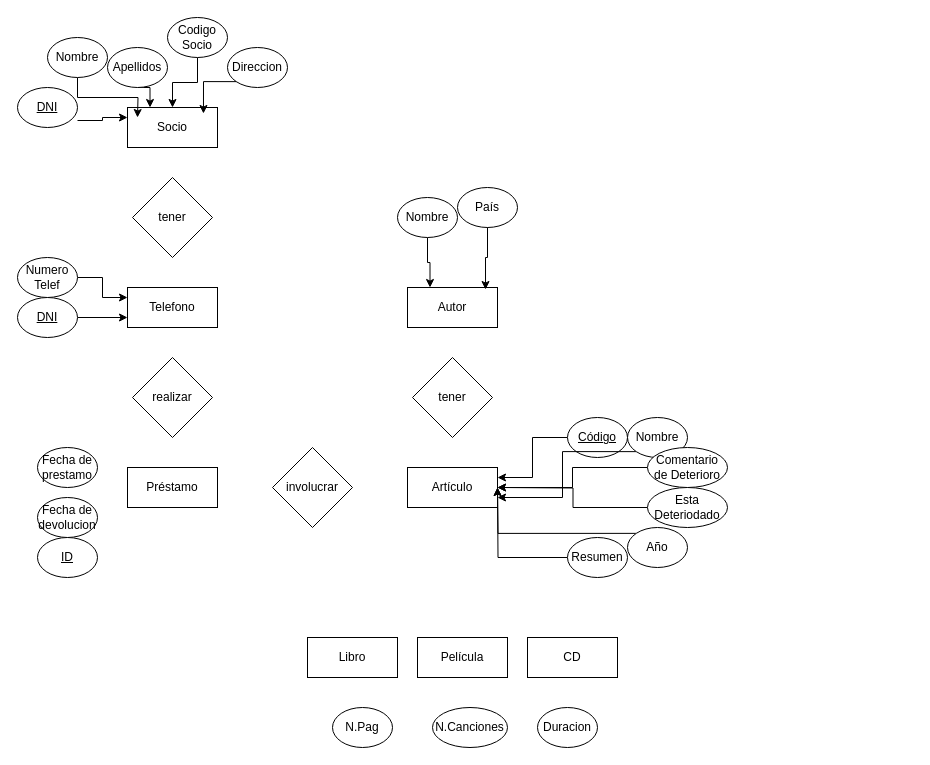
adriii28/amr-tsys-C3U12-11102023 keeps this draw.io diagram as ej6.drawio. Above is the earlier version. Source tidied: cells renumbered, new cells numbered last; positions are measured from the earlier drawing's top-left corner, leaving out a move shared by most shapes. Both pictures are drawn from the tidied source at 100%, with x=0, y=0 at pixel (17, 17).
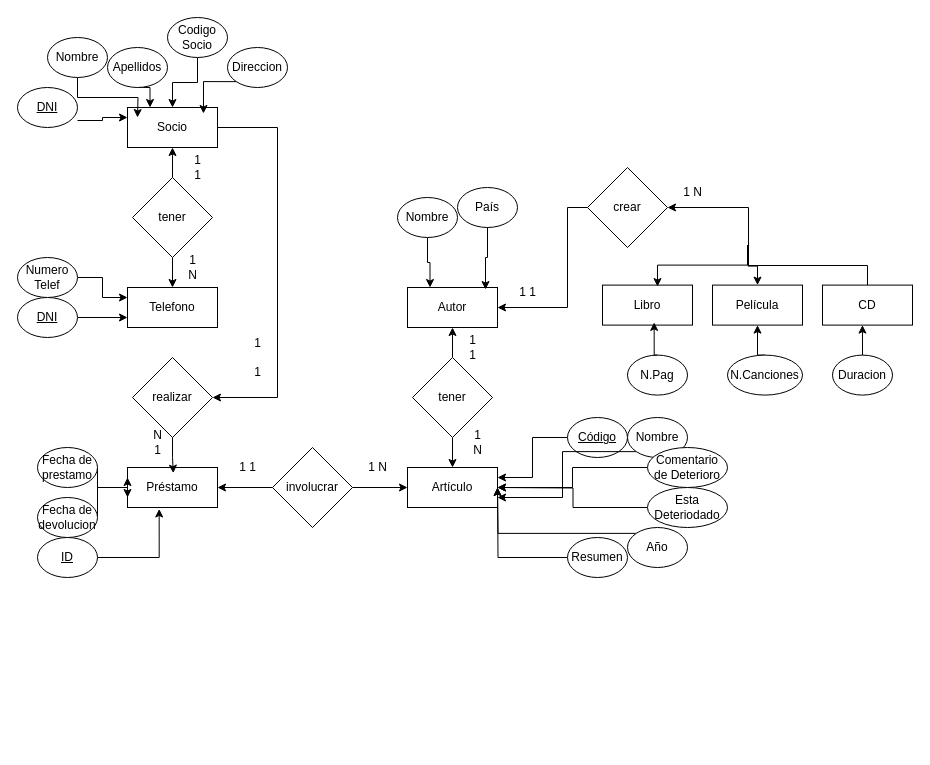
The same diagram, later.

Unchanged cells that the change refers to:
```xml
<mxCell id="2" value="Socio" style="rounded=0;whiteSpace=wrap;html=1;" parent="1" vertex="1">
  <mxGeometry x="110" y="90" width="90" height="40" as="geometry" />
</mxCell>
<mxCell id="3" value="Telefono" style="rounded=0;whiteSpace=wrap;html=1;" parent="1" vertex="1">
  <mxGeometry x="110" y="270" width="90" height="40" as="geometry" />
</mxCell>
<mxCell id="4" value="&lt;div&gt;Artículo&lt;/div&gt;" style="rounded=0;whiteSpace=wrap;html=1;" parent="1" vertex="1">
  <mxGeometry x="390" y="450" width="90" height="40" as="geometry" />
</mxCell>
<mxCell id="5" value="Autor" style="rounded=0;whiteSpace=wrap;html=1;" parent="1" vertex="1">
  <mxGeometry x="390" y="270" width="90" height="40" as="geometry" />
</mxCell>
<mxCell id="9" value="Préstamo" style="rounded=0;whiteSpace=wrap;html=1;" parent="1" vertex="1">
  <mxGeometry x="110" y="450" width="90" height="40" as="geometry" />
</mxCell>
<mxCell id="10" value="tener" style="rhombus;whiteSpace=wrap;html=1;" parent="1" vertex="1">
  <mxGeometry x="115" y="160" width="80" height="80" as="geometry" />
</mxCell>
<mxCell id="11" value="realizar" style="rhombus;whiteSpace=wrap;html=1;" parent="1" vertex="1">
  <mxGeometry x="115" y="340" width="80" height="80" as="geometry" />
</mxCell>
<mxCell id="12" value="involucrar" style="rhombus;whiteSpace=wrap;html=1;" parent="1" vertex="1">
  <mxGeometry x="255" y="430" width="80" height="80" as="geometry" />
</mxCell>
<mxCell id="13" value="tener" style="rhombus;whiteSpace=wrap;html=1;" parent="1" vertex="1">
  <mxGeometry x="395" y="340" width="80" height="80" as="geometry" />
</mxCell>
<mxCell id="44" value="ID" style="ellipse;whiteSpace=wrap;html=1;fontStyle=4;" parent="1" vertex="1">
  <mxGeometry x="20" y="520" width="60" height="40" as="geometry" />
</mxCell>
<mxCell id="45" value="Fecha de prestamo" style="ellipse;whiteSpace=wrap;html=1;" parent="1" vertex="1">
  <mxGeometry x="20" y="430" width="60" height="40" as="geometry" />
</mxCell>
<mxCell id="46" value="Fecha de devolucion" style="ellipse;whiteSpace=wrap;html=1;" parent="1" vertex="1">
  <mxGeometry x="20" y="480" width="60" height="40" as="geometry" />
</mxCell>
```

The edit, as a diff of the source:
```diff
@@
+    <mxCell id="50" style="edgeStyle=orthogonalEdgeStyle;rounded=0;jettySize=auto;html=1;exitX=1;exitY=0.5;exitDx=0;exitDy=0;entryX=1;entryY=0.5;entryDx=0;entryDy=0;" parent="1" edge="1" source="2" target="11">
+      <mxGeometry relative="1" as="geometry">
+        <Array as="points">
+          <mxPoint x="260" y="110" />
+          <mxPoint x="260" y="380" />
+        </Array>
+      </mxGeometry>
+    </mxCell>
@@
     <mxCell id="6" value="Libro" style="rounded=0;whiteSpace=wrap;html=1;" parent="1" vertex="1">
-      <mxGeometry x="290" y="620" width="90" height="40" as="geometry" />
+      <mxGeometry x="585" y="267.6" width="90" height="40" as="geometry" />
     </mxCell>
     <mxCell id="7" value="CD" style="rounded=0;whiteSpace=wrap;html=1;" parent="1" vertex="1">
-      <mxGeometry x="510" y="620" width="90" height="40" as="geometry" />
+      <mxGeometry x="805" y="267.6" width="90" height="40" as="geometry" />
     </mxCell>
     <mxCell id="8" value="Película" style="rounded=0;whiteSpace=wrap;html=1;" parent="1" vertex="1">
-      <mxGeometry x="400" y="620" width="90" height="40" as="geometry" />
+      <mxGeometry x="695" y="267.6" width="90" height="40" as="geometry" />
     </mxCell>
@@
+    <mxCell id="51" style="edgeStyle=orthogonalEdgeStyle;rounded=0;jettySize=auto;html=1;entryX=0.5;entryY=0;entryDx=0;entryDy=0;" parent="1" edge="1" source="10" target="3">
+      <mxGeometry relative="1" as="geometry" />
+    </mxCell>
+    <mxCell id="52" style="edgeStyle=orthogonalEdgeStyle;rounded=0;jettySize=auto;html=1;entryX=0.5;entryY=1;entryDx=0;entryDy=0;" parent="1" edge="1" source="10" target="2">
+      <mxGeometry relative="1" as="geometry" />
+    </mxCell>
@@
+    <mxCell id="53" style="edgeStyle=orthogonalEdgeStyle;rounded=0;jettySize=auto;html=1;exitX=1;exitY=0.5;exitDx=0;exitDy=0;entryX=0;entryY=0.5;entryDx=0;entryDy=0;" parent="1" edge="1" source="12" target="4">
+      <mxGeometry relative="1" as="geometry" />
+    </mxCell>
+    <mxCell id="54" style="edgeStyle=orthogonalEdgeStyle;rounded=0;jettySize=auto;html=1;entryX=1;entryY=0.5;entryDx=0;entryDy=0;" parent="1" edge="1" source="12" target="9">
+      <mxGeometry relative="1" as="geometry" />
+    </mxCell>
@@
+    <mxCell id="55" style="edgeStyle=orthogonalEdgeStyle;rounded=0;jettySize=auto;html=1;entryX=0.5;entryY=0;entryDx=0;entryDy=0;" parent="1" edge="1" source="13" target="4">
+      <mxGeometry relative="1" as="geometry" />
+    </mxCell>
+    <mxCell id="56" style="edgeStyle=orthogonalEdgeStyle;rounded=0;jettySize=auto;html=1;entryX=0.5;entryY=1;entryDx=0;entryDy=0;" parent="1" edge="1" source="13" target="5">
+      <mxGeometry relative="1" as="geometry" />
+    </mxCell>
@@
+    <mxCell id="57" style="edgeStyle=orthogonalEdgeStyle;rounded=0;jettySize=auto;html=1;exitX=1;exitY=0.5;exitDx=0;exitDy=0;entryX=0;entryY=0.25;entryDx=0;entryDy=0;" parent="1" edge="1" source="45" target="9">
+      <mxGeometry relative="1" as="geometry">
+        <Array as="points">
+          <mxPoint x="80" y="470" />
+          <mxPoint x="110" y="470" />
+        </Array>
+      </mxGeometry>
+    </mxCell>
@@
+    <mxCell id="58" style="edgeStyle=orthogonalEdgeStyle;rounded=0;jettySize=auto;html=1;exitX=1;exitY=0.5;exitDx=0;exitDy=0;entryX=0;entryY=0.75;entryDx=0;entryDy=0;" parent="1" edge="1" source="46" target="9">
+      <mxGeometry relative="1" as="geometry">
+        <Array as="points">
+          <mxPoint x="80" y="470" />
+          <mxPoint x="110" y="470" />
+        </Array>
+      </mxGeometry>
+    </mxCell>
@@
     <mxCell id="47" value="Duracion" style="ellipse;whiteSpace=wrap;html=1;fontStyle=0;" parent="1" vertex="1">
-      <mxGeometry x="520" y="690" width="60" height="40" as="geometry" />
+      <mxGeometry x="815" y="337.6" width="60" height="40" as="geometry" />
     </mxCell>
     <mxCell id="48" value="N.Pag" style="ellipse;whiteSpace=wrap;html=1;fontStyle=0;" parent="1" vertex="1">
-      <mxGeometry x="315" y="690" width="60" height="40" as="geometry" />
+      <mxGeometry x="610" y="337.6" width="60" height="40" as="geometry" />
     </mxCell>
+    <mxCell id="59" style="edgeStyle=orthogonalEdgeStyle;rounded=0;jettySize=auto;html=1;exitX=0.5;exitY=0;exitDx=0;exitDy=0;entryX=0.5;entryY=1;entryDx=0;entryDy=0;" parent="1" edge="1" source="49" target="8">
+      <mxGeometry relative="1" as="geometry" />
+    </mxCell>
     <mxCell id="49" value="N.Canciones" style="ellipse;whiteSpace=wrap;html=1;fontStyle=0;" parent="1" vertex="1">
-      <mxGeometry x="415" y="690" width="75" height="40" as="geometry" />
+      <mxGeometry x="710" y="337.6" width="75" height="40" as="geometry" />
     </mxCell>
+    <mxCell id="60" style="edgeStyle=orthogonalEdgeStyle;rounded=0;jettySize=auto;html=1;exitX=0.5;exitY=1;exitDx=0;exitDy=0;entryX=0.5;entryY=0;entryDx=0;entryDy=0;" parent="1" edge="1" target="8">
+      <mxGeometry relative="1" as="geometry">
+        <mxPoint x="730" y="227.6" as="sourcePoint" />
+      </mxGeometry>
+    </mxCell>
+    <mxCell id="61" style="edgeStyle=orthogonalEdgeStyle;rounded=0;jettySize=auto;html=1;entryX=1;entryY=0.5;entryDx=0;entryDy=0;" parent="1" edge="1" source="62" target="5">
+      <mxGeometry relative="1" as="geometry">
+        <Array as="points">
+          <mxPoint x="550" y="190" />
+          <mxPoint x="550" y="290" />
+        </Array>
+      </mxGeometry>
+    </mxCell>
+    <mxCell id="62" value="crear" style="rhombus;whiteSpace=wrap;html=1;" parent="1" vertex="1">
+      <mxGeometry x="570" y="150" width="80" height="80" as="geometry" />
+    </mxCell>
+    <mxCell id="63" style="edgeStyle=orthogonalEdgeStyle;rounded=0;jettySize=auto;html=1;exitX=0.5;exitY=1;exitDx=0;exitDy=0;entryX=0.611;entryY=0.037;entryDx=0;entryDy=0;entryPerimeter=0;" parent="1" edge="1" target="6">
+      <mxGeometry relative="1" as="geometry">
+        <mxPoint x="730" y="227.6" as="sourcePoint" />
+        <Array as="points">
+          <mxPoint x="640" y="247.6" />
+        </Array>
+      </mxGeometry>
+    </mxCell>
+    <mxCell id="64" style="edgeStyle=orthogonalEdgeStyle;rounded=0;jettySize=auto;html=1;exitX=0.5;exitY=0;exitDx=0;exitDy=0;entryX=1;entryY=0.5;entryDx=0;entryDy=0;" parent="1" edge="1" source="7" target="62">
+      <mxGeometry relative="1" as="geometry">
+        <Array as="points">
+          <mxPoint x="850" y="248" />
+          <mxPoint x="731" y="248" />
+          <mxPoint x="731" y="190" />
+        </Array>
+      </mxGeometry>
+    </mxCell>
+    <mxCell id="65" style="edgeStyle=orthogonalEdgeStyle;rounded=0;jettySize=auto;html=1;entryX=0.509;entryY=0.142;entryDx=0;entryDy=0;entryPerimeter=0;" parent="1" edge="1" source="11" target="9">
+      <mxGeometry relative="1" as="geometry" />
+    </mxCell>
+    <mxCell id="66" style="edgeStyle=orthogonalEdgeStyle;rounded=0;jettySize=auto;html=1;exitX=0.5;exitY=0;exitDx=0;exitDy=0;entryX=0.574;entryY=0.933;entryDx=0;entryDy=0;entryPerimeter=0;" parent="1" edge="1" source="48" target="6">
+      <mxGeometry relative="1" as="geometry" />
+    </mxCell>
+    <mxCell id="67" style="edgeStyle=orthogonalEdgeStyle;rounded=0;jettySize=auto;html=1;exitX=0.5;exitY=0;exitDx=0;exitDy=0;entryX=0.444;entryY=1;entryDx=0;entryDy=0;entryPerimeter=0;" parent="1" edge="1" source="47" target="7">
+      <mxGeometry relative="1" as="geometry" />
+    </mxCell>
+    <mxCell id="68" style="edgeStyle=orthogonalEdgeStyle;rounded=0;jettySize=auto;html=1;exitX=1;exitY=0.5;exitDx=0;exitDy=0;entryX=0.352;entryY=1.037;entryDx=0;entryDy=0;entryPerimeter=0;" parent="1" edge="1" source="44" target="9">
+      <mxGeometry relative="1" as="geometry" />
+    </mxCell>
+    <mxCell id="69" value="1&lt;br&gt;1" style="text;html=1;align=center;verticalAlign=middle;strokeColor=none;fillColor=none;" parent="1" vertex="1">
+      <mxGeometry x="165" y="130" width="30" height="40" as="geometry" />
+    </mxCell>
+    <mxCell id="70" value="1&lt;br&gt;N&lt;br&gt;" style="text;html=1;align=center;verticalAlign=middle;strokeColor=none;fillColor=none;" parent="1" vertex="1">
+      <mxGeometry x="160" y="230" width="30" height="40" as="geometry" />
+    </mxCell>
+    <mxCell id="71" value="N&lt;br&gt;1" style="text;html=1;align=center;verticalAlign=middle;strokeColor=none;fillColor=none;" parent="1" vertex="1">
+      <mxGeometry x="125" y="405" width="30" height="40" as="geometry" />
+    </mxCell>
+    <mxCell id="72" value="1&lt;br&gt;&lt;br&gt;1" style="text;html=1;align=center;verticalAlign=middle;strokeColor=none;fillColor=none;" parent="1" vertex="1">
+      <mxGeometry x="225" y="310" width="30" height="60" as="geometry" />
+    </mxCell>
+    <mxCell id="73" value="1 N" style="text;html=1;align=center;verticalAlign=middle;strokeColor=none;fillColor=none;" parent="1" vertex="1">
+      <mxGeometry x="340" y="435" width="40" height="30" as="geometry" />
+    </mxCell>
+    <mxCell id="74" value="1 1" style="text;html=1;align=center;verticalAlign=middle;strokeColor=none;fillColor=none;" parent="1" vertex="1">
+      <mxGeometry x="210" y="435" width="40" height="30" as="geometry" />
+    </mxCell>
+    <mxCell id="75" value="1&lt;br&gt;1" style="text;html=1;align=center;verticalAlign=middle;strokeColor=none;fillColor=none;" parent="1" vertex="1">
+      <mxGeometry x="440" y="310" width="30" height="40" as="geometry" />
+    </mxCell>
+    <mxCell id="76" value="1&lt;br&gt;N" style="text;html=1;align=center;verticalAlign=middle;strokeColor=none;fillColor=none;" parent="1" vertex="1">
+      <mxGeometry x="445" y="405" width="30" height="40" as="geometry" />
+    </mxCell>
+    <mxCell id="77" value="1 N" style="text;html=1;align=center;verticalAlign=middle;strokeColor=none;fillColor=none;" parent="1" vertex="1">
+      <mxGeometry x="655" y="160" width="40" height="30" as="geometry" />
+    </mxCell>
+    <mxCell id="78" value="1 1" style="text;html=1;align=center;verticalAlign=middle;strokeColor=none;fillColor=none;" parent="1" vertex="1">
+      <mxGeometry x="490" y="260" width="40" height="30" as="geometry" />
+    </mxCell>
```
